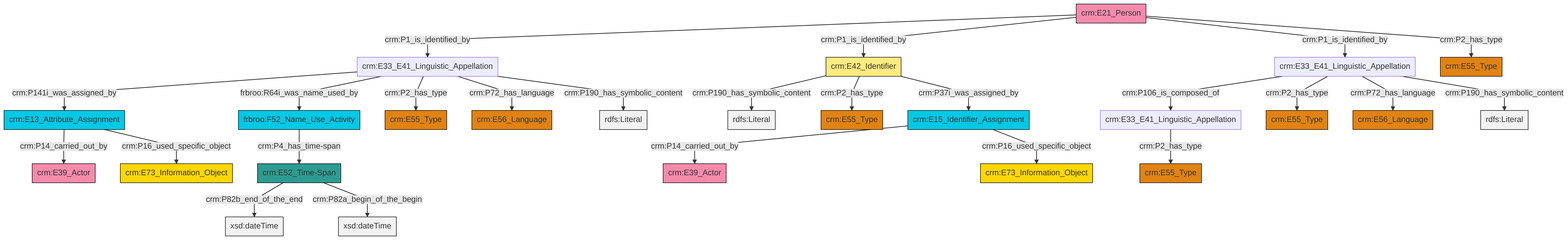
Earlier version of the Mermaid export et/personCSV/ttl/mmd/png/Person_Names_and_Classification.png (swiss-art-research-net/reference-data-models). Its source is kept beside it as et/personCSV/ttl/mmd/Person_Names_and_Classification.ttl.mmd.
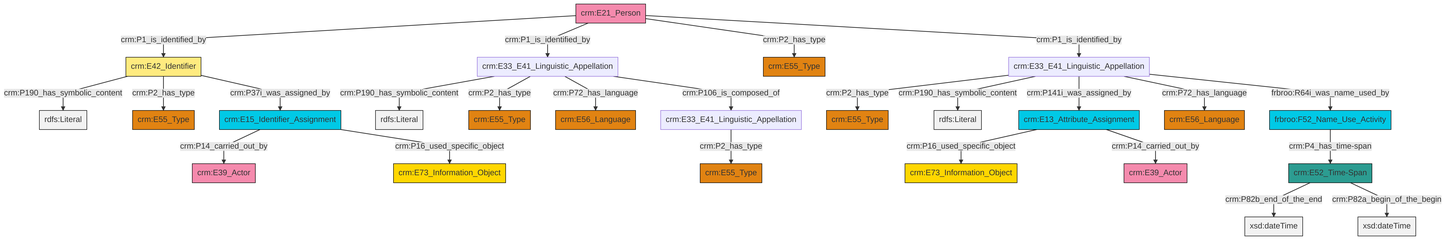
Above is the later version.

The edit, as a diff of the source:
```diff
@@ -13,27 +13,27 @@
 classDef PC_Classes fill:#4ce600, stroke:#000000;
 classDef Multi fill:#cccccc,stroke:#000000;
 
-2["crm:E33_E41_Linguistic_Appellation"]:::Default -->|crm:P106_is_composed_of| 3["crm:E33_E41_Linguistic_Appellation"]:::Default
-0["crm:E33_E41_Linguistic_Appellation"]:::Default -->|crm:P141i_was_assigned_by| 4["crm:E13_Attribute_Assignment"]:::Temporal_Entity
-3["crm:E33_E41_Linguistic_Appellation"]:::Default -->|crm:P2_has_type| 5["crm:E55_Type"]:::Type
-7["crm:E21_Person"]:::Actor -->|crm:P1_is_identified_by| 0["crm:E33_E41_Linguistic_Appellation"]:::Default
-2["crm:E33_E41_Linguistic_Appellation"]:::Default -->|crm:P2_has_type| 8["crm:E55_Type"]:::Type
-0["crm:E33_E41_Linguistic_Appellation"]:::Default -->|frbroo:R64i_was_name_used_by| 11["frbroo:F52_Name_Use_Activity"]:::Temporal_Entity
-4["crm:E13_Attribute_Assignment"]:::Temporal_Entity -->|crm:P14_carried_out_by| 9["crm:E39_Actor"]:::Actor
-4["crm:E13_Attribute_Assignment"]:::Temporal_Entity -->|crm:P16_used_specific_object| 15["crm:E73_Information_Object"]:::Conceptual_Object
-12["crm:E15_Identifier_Assignment"]:::Temporal_Entity -->|crm:P14_carried_out_by| 16["crm:E39_Actor"]:::Actor
-11["frbroo:F52_Name_Use_Activity"]:::Temporal_Entity -->|crm:P4_has_time-span| 17["crm:E52_Time-Span"]:::Time-Span
-2["crm:E33_E41_Linguistic_Appellation"]:::Default -->|crm:P72_has_language| 18["crm:E56_Language"]:::Type
-7["crm:E21_Person"]:::Actor -->|crm:P1_is_identified_by| 19["crm:E42_Identifier"]:::Appellation
-0["crm:E33_E41_Linguistic_Appellation"]:::Default -->|crm:P2_has_type| 20["crm:E55_Type"]:::Type
-7["crm:E21_Person"]:::Actor -->|crm:P1_is_identified_by| 2["crm:E33_E41_Linguistic_Appellation"]:::Default
-17["crm:E52_Time-Span"]:::Time-Span -->|crm:P82b_end_of_the_end| 21[xsd:dateTime]:::Literal
-0["crm:E33_E41_Linguistic_Appellation"]:::Default -->|crm:P72_has_language| 22["crm:E56_Language"]:::Type
-7["crm:E21_Person"]:::Actor -->|crm:P2_has_type| 23["crm:E55_Type"]:::Type
-2["crm:E33_E41_Linguistic_Appellation"]:::Default -->|crm:P190_has_symbolic_content| 25[rdfs:Literal]:::Literal
-19["crm:E42_Identifier"]:::Appellation -->|crm:P190_has_symbolic_content| 30[rdfs:Literal]:::Literal
-19["crm:E42_Identifier"]:::Appellation -->|crm:P2_has_type| 32["crm:E55_Type"]:::Type
-12["crm:E15_Identifier_Assignment"]:::Temporal_Entity -->|crm:P16_used_specific_object| 38["crm:E73_Information_Object"]:::Conceptual_Object
-17["crm:E52_Time-Span"]:::Time-Span -->|crm:P82a_begin_of_the_begin| 40[xsd:dateTime]:::Literal
-0["crm:E33_E41_Linguistic_Appellation"]:::Default -->|crm:P190_has_symbolic_content| 43[rdfs:Literal]:::Literal
-19["crm:E42_Identifier"]:::Appellation -->|crm:P37i_was_assigned_by| 12["crm:E15_Identifier_Assignment"]:::Temporal_Entity
+12["crm:E52_Time-Span"]:::Time-Span -->|crm:P82b_end_of_the_end| 13[xsd:dateTime]:::Literal
+14["crm:E33_E41_Linguistic_Appellation"]:::Default -->|crm:P190_has_symbolic_content| 15[rdfs:Literal]:::Literal
+16["crm:E42_Identifier"]:::Appellation -->|crm:P190_has_symbolic_content| 17[rdfs:Literal]:::Literal
+18["crm:E21_Person"]:::Actor -->|crm:P1_is_identified_by| 16["crm:E42_Identifier"]:::Appellation
+21["crm:E33_E41_Linguistic_Appellation"]:::Default -->|crm:P2_has_type| 6["crm:E55_Type"]:::Type
+14["crm:E33_E41_Linguistic_Appellation"]:::Default -->|crm:P2_has_type| 0["crm:E55_Type"]:::Type
+19["frbroo:F52_Name_Use_Activity"]:::Temporal_Entity -->|crm:P4_has_time-span| 12["crm:E52_Time-Span"]:::Time-Span
+21["crm:E33_E41_Linguistic_Appellation"]:::Default -->|crm:P190_has_symbolic_content| 27[rdfs:Literal]:::Literal
+14["crm:E33_E41_Linguistic_Appellation"]:::Default -->|crm:P72_has_language| 25["crm:E56_Language"]:::Type
+21["crm:E33_E41_Linguistic_Appellation"]:::Default -->|crm:P141i_was_assigned_by| 30["crm:E13_Attribute_Assignment"]:::Temporal_Entity
+30["crm:E13_Attribute_Assignment"]:::Temporal_Entity -->|crm:P16_used_specific_object| 32["crm:E73_Information_Object"]:::Conceptual_Object
+4["crm:E15_Identifier_Assignment"]:::Temporal_Entity -->|crm:P14_carried_out_by| 33["crm:E39_Actor"]:::Actor
+4["crm:E15_Identifier_Assignment"]:::Temporal_Entity -->|crm:P16_used_specific_object| 28["crm:E73_Information_Object"]:::Conceptual_Object
+21["crm:E33_E41_Linguistic_Appellation"]:::Default -->|crm:P72_has_language| 34["crm:E56_Language"]:::Type
+12["crm:E52_Time-Span"]:::Time-Span -->|crm:P82a_begin_of_the_begin| 37[xsd:dateTime]:::Literal
+18["crm:E21_Person"]:::Actor -->|crm:P1_is_identified_by| 14["crm:E33_E41_Linguistic_Appellation"]:::Default
+18["crm:E21_Person"]:::Actor -->|crm:P2_has_type| 22["crm:E55_Type"]:::Type
+14["crm:E33_E41_Linguistic_Appellation"]:::Default -->|crm:P106_is_composed_of| 10["crm:E33_E41_Linguistic_Appellation"]:::Default
+16["crm:E42_Identifier"]:::Appellation -->|crm:P2_has_type| 8["crm:E55_Type"]:::Type
+30["crm:E13_Attribute_Assignment"]:::Temporal_Entity -->|crm:P14_carried_out_by| 2["crm:E39_Actor"]:::Actor
+16["crm:E42_Identifier"]:::Appellation -->|crm:P37i_was_assigned_by| 4["crm:E15_Identifier_Assignment"]:::Temporal_Entity
+10["crm:E33_E41_Linguistic_Appellation"]:::Default -->|crm:P2_has_type| 43["crm:E55_Type"]:::Type
+21["crm:E33_E41_Linguistic_Appellation"]:::Default -->|frbroo:R64i_was_name_used_by| 19["frbroo:F52_Name_Use_Activity"]:::Temporal_Entity
+18["crm:E21_Person"]:::Actor -->|crm:P1_is_identified_by| 21["crm:E33_E41_Linguistic_Appellation"]:::Default
```
